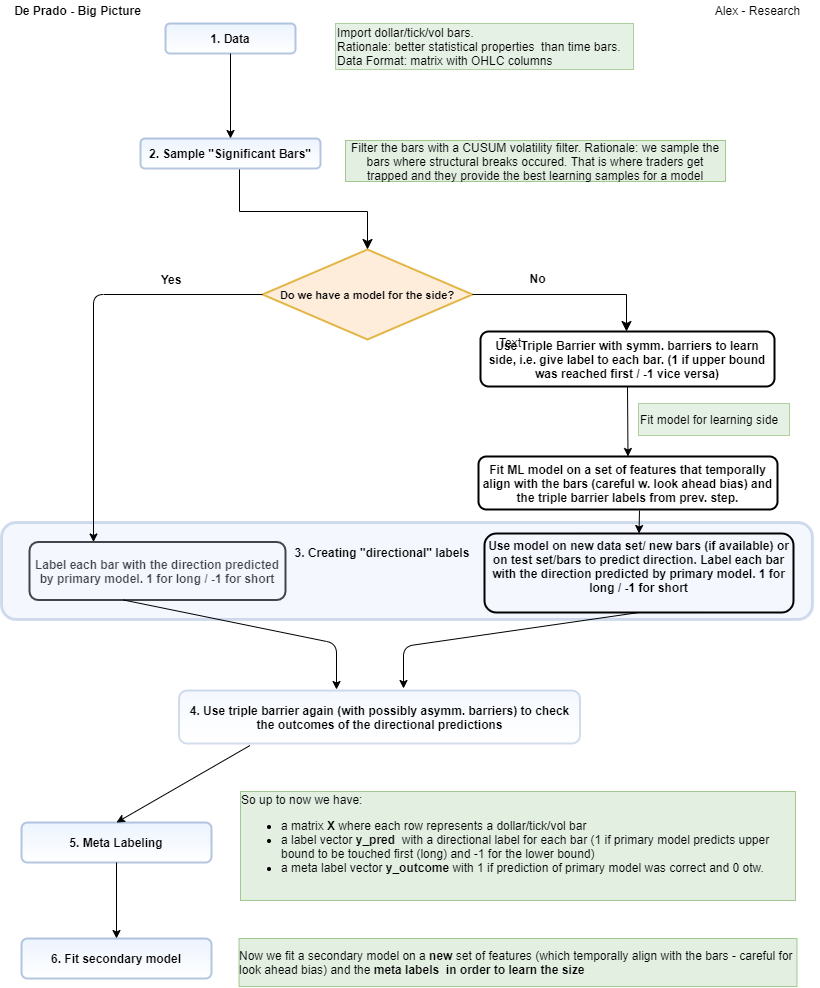
The draw.io diagram Graphics/overview.png in aarzt21/MasterThesisETHZ, before a commit. Source tidied: cells renumbered, new cells last; positions are measured from the earlier drawing's top-left corner, leaving out a move shared by most shapes.
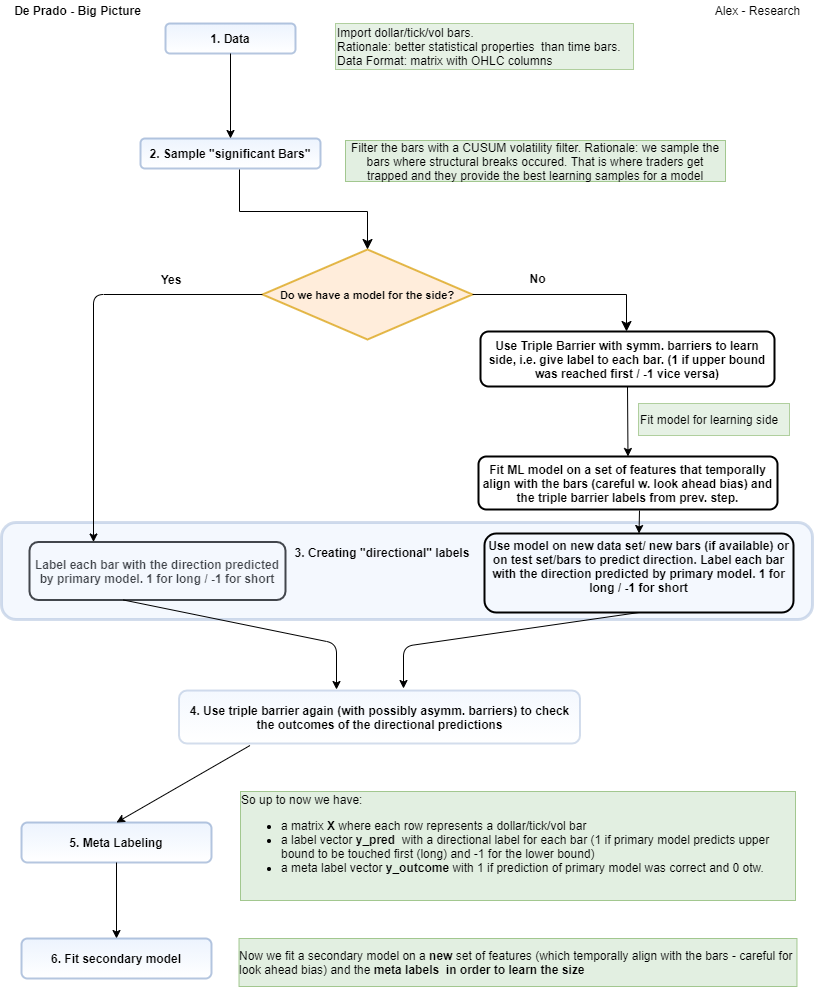
The same diagram one commit later.

Diff of the diagram source:
```diff
@@ -11,7 +11,7 @@
     <mxCell id="4" value="Import dollar/tick/vol bars. &lt;br&gt;Rationale: better statistical properties&amp;nbsp; than time bars.&lt;br&gt;Data Format: matrix with OHLC columns" style="text;html=1;strokeColor=#82b366;fillColor=#d5e8d4;align=left;verticalAlign=middle;whiteSpace=wrap;rounded=0;opacity=60;" parent="1" vertex="1">
       <mxGeometry x="334" y="23" width="298" height="46" as="geometry" />
     </mxCell>
-    <mxCell id="5" value="&lt;b&gt;2. Sample &quot;Significant Bars&quot;&lt;/b&gt;" style="rounded=1;whiteSpace=wrap;html=1;fontSize=12;glass=0;strokeWidth=2;shadow=0;fillColor=#dae8fc;strokeColor=#6c8ebf;gradientColor=#ffffff;opacity=50;" parent="1" vertex="1">
+    <mxCell id="5" value="&lt;b&gt;2. Sample &quot;significant Bars&quot;&lt;/b&gt;" style="rounded=1;whiteSpace=wrap;html=1;fontSize=12;glass=0;strokeWidth=2;shadow=0;fillColor=#dae8fc;strokeColor=#6c8ebf;gradientColor=#ffffff;opacity=50;" parent="1" vertex="1">
       <mxGeometry x="139" y="138" width="180" height="30" as="geometry" />
     </mxCell>
     <mxCell id="6" value="&lt;font size=&quot;1&quot;&gt;&lt;b style=&quot;font-size: 11px&quot;&gt;Do we have a model for the side?&lt;/b&gt;&lt;/font&gt;" style="rhombus;whiteSpace=wrap;html=1;strokeWidth=2;opacity=70;fillColor=#ffe6cc;strokeColor=#d79b00;" parent="1" vertex="1">
@@ -118,9 +118,6 @@
         </Array>
       </mxGeometry>
     </mxCell>
-    <mxCell id="32" value="Text" style="text;html=1;strokeColor=none;fillColor=none;align=center;verticalAlign=middle;whiteSpace=wrap;rounded=0;opacity=30;" parent="1" vertex="1">
-      <mxGeometry x="489" y="332" width="40" height="20" as="geometry" />
-    </mxCell>
     <mxCell id="33" value="&lt;b&gt;De Prado - Big Picture&lt;/b&gt;" style="text;html=1;align=center;verticalAlign=middle;" parent="1" vertex="1">
       <mxGeometry x="7" y="1" width="137" height="18" as="geometry" />
     </mxCell>
```
